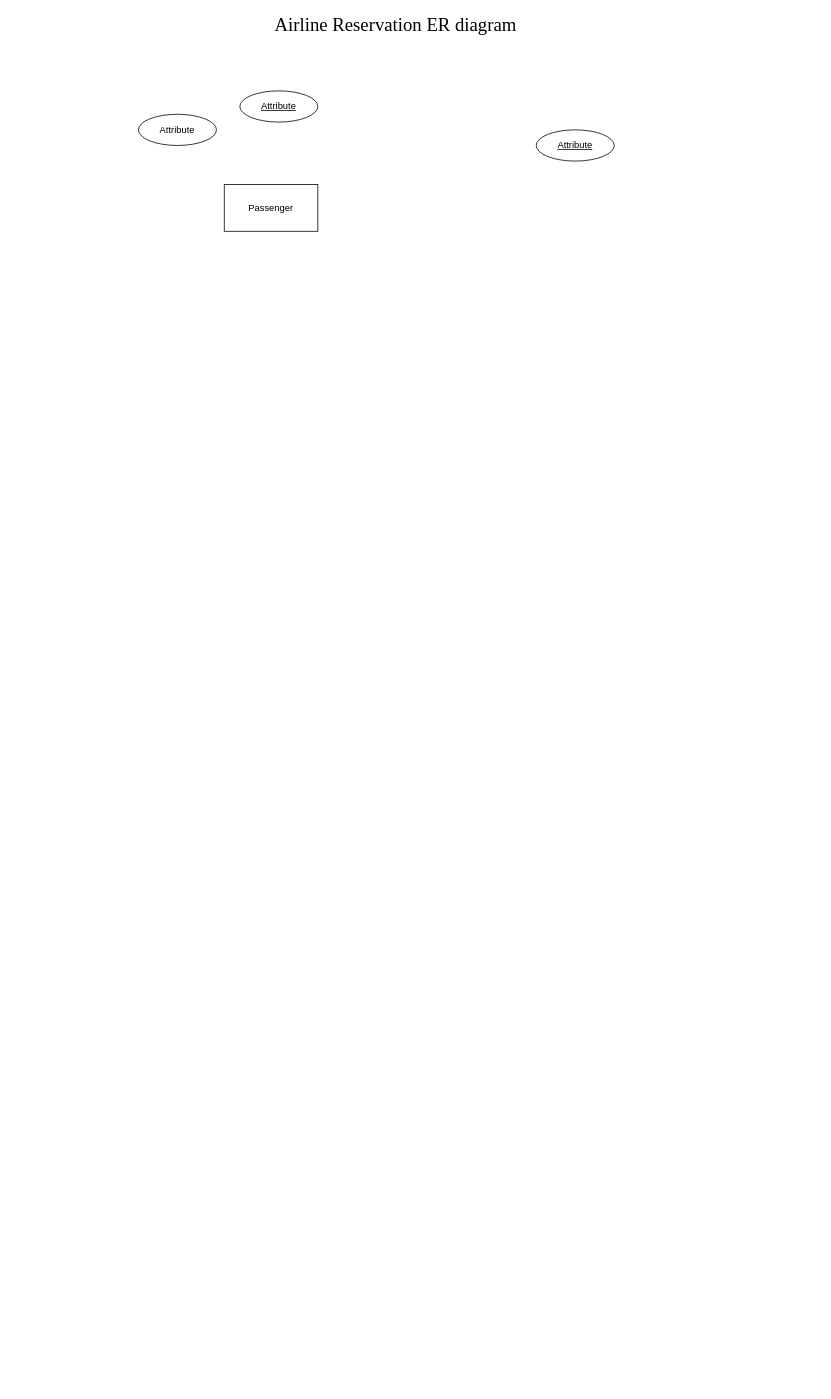
The draw.io diagram AirlineReservation.drawio in codylekha/ERdiagrams, before the edit. Source tidied: cells renumbered, new cells numbered last; positions are measured from the earlier drawing's top-left corner, leaving out a move shared by most shapes. Both pictures are drawn from the tidied source at 78%, with x=0, y=0 at pixel (138, 13).
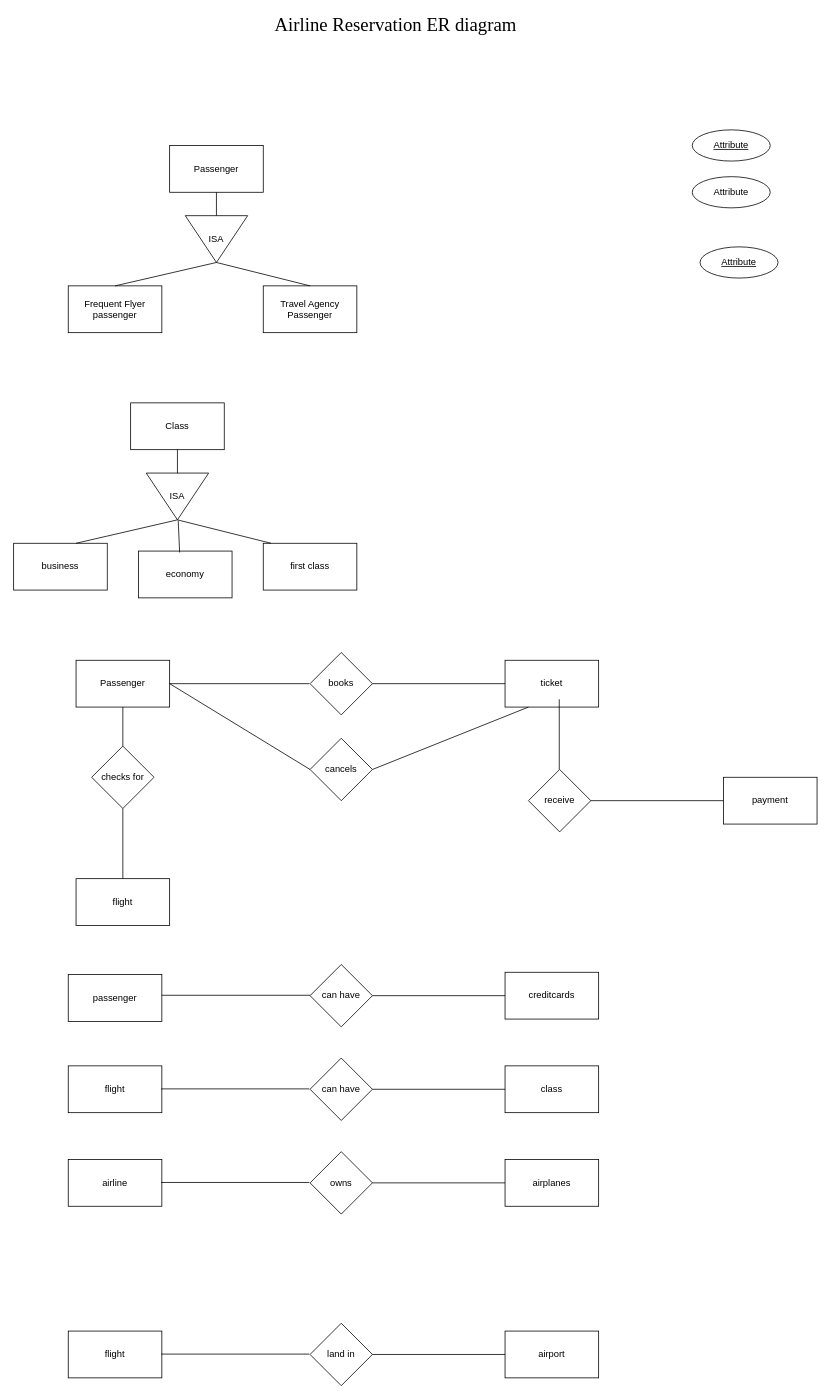
After the change.

Diff of the diagram source:
```diff
@@
     <mxCell id="3" value="Passenger" style="rounded=0;whiteSpace=wrap;html=1;" parent="1" vertex="1">
-      <mxGeometry x="110" y="219" width="120" height="60" as="geometry" />
+      <mxGeometry x="40" y="169" width="120" height="60" as="geometry" />
     </mxCell>
     <mxCell id="4" value="Attribute" style="ellipse;whiteSpace=wrap;html=1;align=center;fontStyle=4;" parent="1" vertex="1">
-      <mxGeometry x="510" y="149" width="100" height="40" as="geometry" />
+      <mxGeometry x="710" y="149" width="100" height="40" as="geometry" />
     </mxCell>
     <mxCell id="5" value="Attribute" style="ellipse;whiteSpace=wrap;html=1;align=center;" parent="1" vertex="1">
-      <mxGeometry y="129" width="100" height="40" as="geometry" />
+      <mxGeometry x="710" y="209" width="100" height="40" as="geometry" />
     </mxCell>
     <mxCell id="6" value="Attribute" style="ellipse;whiteSpace=wrap;html=1;align=center;fontStyle=4;" parent="1" vertex="1">
-      <mxGeometry x="130" y="99" width="100" height="40" as="geometry" />
+      <mxGeometry x="720" y="299" width="100" height="40" as="geometry" />
     </mxCell>
+    <mxCell id="7" value="Frequent Flyer passenger" style="rounded=0;whiteSpace=wrap;html=1;" parent="1" vertex="1">
+      <mxGeometry x="-90" y="349" width="120" height="60" as="geometry" />
+    </mxCell>
+    <mxCell id="8" value="Travel Agency Passenger" style="rounded=0;whiteSpace=wrap;html=1;" parent="1" vertex="1">
+      <mxGeometry x="160" y="349" width="120" height="60" as="geometry" />
+    </mxCell>
+    <mxCell id="9" value="ISA" style="triangle;whiteSpace=wrap;html=1;direction=south;" parent="1" vertex="1">
+      <mxGeometry x="60" y="259" width="80" height="60" as="geometry" />
+    </mxCell>
+    <mxCell id="10" style="endArrow=none;html=1;rounded=0;entryX=0.5;entryY=1;entryDx=0;entryDy=0;" parent="1" edge="1" source="9" target="3">
+      <mxGeometry relative="1" as="geometry" />
+    </mxCell>
+    <mxCell id="11" style="endArrow=none;html=1;rounded=0;entryX=1;entryY=0.5;entryDx=0;entryDy=0;" parent="1" edge="1" target="9">
+      <mxGeometry relative="1" as="geometry">
+        <mxPoint x="220" y="349" as="sourcePoint" />
+      </mxGeometry>
+    </mxCell>
+    <mxCell id="12" style="endArrow=none;html=1;rounded=0;entryX=1;entryY=0.5;entryDx=0;entryDy=0;" parent="1" edge="1" target="9">
+      <mxGeometry relative="1" as="geometry">
+        <mxPoint x="-30" y="349" as="sourcePoint" />
+      </mxGeometry>
+    </mxCell>
+    <mxCell id="13" value="business" style="rounded=0;whiteSpace=wrap;html=1;" parent="1" vertex="1">
+      <mxGeometry x="-160" y="679" width="120" height="60" as="geometry" />
+    </mxCell>
+    <mxCell id="14" value="Passenger" style="rounded=0;whiteSpace=wrap;html=1;" parent="1" vertex="1">
+      <mxGeometry x="-80" y="829" width="120" height="60" as="geometry" />
+    </mxCell>
+    <mxCell id="15" value="Class" style="rounded=0;whiteSpace=wrap;html=1;" parent="1" vertex="1">
+      <mxGeometry x="-10" y="499" width="120" height="60" as="geometry" />
+    </mxCell>
+    <mxCell id="16" value="first class" style="rounded=0;whiteSpace=wrap;html=1;" parent="1" vertex="1">
+      <mxGeometry x="160" y="679" width="120" height="60" as="geometry" />
+    </mxCell>
+    <mxCell id="17" value="ISA" style="triangle;whiteSpace=wrap;html=1;direction=south;" parent="1" vertex="1">
+      <mxGeometry x="10" y="589" width="80" height="60" as="geometry" />
+    </mxCell>
+    <mxCell id="18" style="endArrow=none;html=1;rounded=0;entryX=0.5;entryY=1;entryDx=0;entryDy=0;" parent="1" edge="1" source="17" target="15">
+      <mxGeometry relative="1" as="geometry" />
+    </mxCell>
+    <mxCell id="19" style="endArrow=none;html=1;rounded=0;entryX=1;entryY=0.5;entryDx=0;entryDy=0;" parent="1" edge="1" target="17">
+      <mxGeometry relative="1" as="geometry">
+        <mxPoint x="170" y="679" as="sourcePoint" />
+      </mxGeometry>
+    </mxCell>
+    <mxCell id="20" style="endArrow=none;html=1;rounded=0;entryX=1;entryY=0.5;entryDx=0;entryDy=0;" parent="1" edge="1" target="17">
+      <mxGeometry relative="1" as="geometry">
+        <mxPoint x="-80" y="679" as="sourcePoint" />
+      </mxGeometry>
+    </mxCell>
+    <mxCell id="21" value="economy" style="rounded=0;whiteSpace=wrap;html=1;" parent="1" vertex="1">
+      <mxGeometry y="689" width="120" height="60" as="geometry" />
+    </mxCell>
+    <mxCell id="22" style="endArrow=none;html=1;rounded=0;entryX=0.5;entryY=1;entryDx=0;entryDy=0;exitX=0.44;exitY=0.03;exitDx=0;exitDy=0;exitPerimeter=0;" parent="1" edge="1" source="21">
+      <mxGeometry relative="1" as="geometry">
+        <mxPoint x="51" y="650" as="targetPoint" />
+      </mxGeometry>
+    </mxCell>
+    <mxCell id="23" value="ticket" style="rounded=0;whiteSpace=wrap;html=1;" parent="1" vertex="1">
+      <mxGeometry x="470" y="829" width="120" height="60" as="geometry" />
+    </mxCell>
+    <mxCell id="24" value="books" style="rhombus;whiteSpace=wrap;html=1;" parent="1" vertex="1">
+      <mxGeometry x="220" y="819" width="80" height="80" as="geometry" />
+    </mxCell>
+    <mxCell id="25" value="cancels" style="rhombus;whiteSpace=wrap;html=1;" parent="1" vertex="1">
+      <mxGeometry x="220" y="929" width="80" height="80" as="geometry" />
+    </mxCell>
+    <mxCell id="26" value="checks for" style="rhombus;whiteSpace=wrap;html=1;" parent="1" vertex="1">
+      <mxGeometry x="-60" y="939" width="80" height="80" as="geometry" />
+    </mxCell>
+    <mxCell id="27" style="endArrow=none;html=1;rounded=0;entryX=0;entryY=0.5;entryDx=0;entryDy=0;exitX=1;exitY=0.5;exitDx=0;exitDy=0;" parent="1" edge="1" source="24" target="23">
+      <mxGeometry relative="1" as="geometry" />
+    </mxCell>
+    <mxCell id="28" style="endArrow=none;html=1;rounded=0;entryX=0;entryY=0.5;entryDx=0;entryDy=0;exitX=1;exitY=0.5;exitDx=0;exitDy=0;" parent="1" edge="1" source="14">
+      <mxGeometry relative="1" as="geometry">
+        <mxPoint x="219" y="859" as="targetPoint" />
+      </mxGeometry>
+    </mxCell>
+    <mxCell id="29" style="endArrow=none;html=1;rounded=0;entryX=0;entryY=0.5;entryDx=0;entryDy=0;exitX=1;exitY=0.5;exitDx=0;exitDy=0;" parent="1" edge="1" source="14" target="25">
+      <mxGeometry relative="1" as="geometry" />
+    </mxCell>
+    <mxCell id="30" style="endArrow=none;html=1;rounded=0;entryX=0;entryY=0.5;entryDx=0;entryDy=0;exitX=1;exitY=0.5;exitDx=0;exitDy=0;" parent="1" edge="1" source="25">
+      <mxGeometry relative="1" as="geometry">
+        <mxPoint x="500" y="889" as="targetPoint" />
+      </mxGeometry>
+    </mxCell>
+    <mxCell id="31" style="endArrow=none;html=1;rounded=0;exitX=0.5;exitY=1;exitDx=0;exitDy=0;" parent="1" edge="1" source="14" target="26">
+      <mxGeometry relative="1" as="geometry" />
+    </mxCell>
+    <mxCell id="32" value="flight" style="rounded=0;whiteSpace=wrap;html=1;" parent="1" vertex="1">
+      <mxGeometry x="-80" y="1109" width="120" height="60" as="geometry" />
+    </mxCell>
+    <mxCell id="33" value="passenger" style="rounded=0;whiteSpace=wrap;html=1;" parent="1" vertex="1">
+      <mxGeometry x="-90" y="1232" width="120" height="60" as="geometry" />
+    </mxCell>
+    <mxCell id="34" style="endArrow=none;html=1;rounded=0;entryX=0.5;entryY=0;entryDx=0;entryDy=0;exitX=0.5;exitY=1;exitDx=0;exitDy=0;" parent="1" edge="1" source="26" target="32">
+      <mxGeometry relative="1" as="geometry" />
+    </mxCell>
+    <mxCell id="35" value="creditcards" style="rounded=0;whiteSpace=wrap;html=1;" parent="1" vertex="1">
+      <mxGeometry x="470" y="1229" width="120" height="60" as="geometry" />
+    </mxCell>
+    <mxCell id="36" value="can have" style="rhombus;whiteSpace=wrap;html=1;" parent="1" vertex="1">
+      <mxGeometry x="220" y="1219" width="80" height="80" as="geometry" />
+    </mxCell>
+    <mxCell id="37" style="endArrow=none;html=1;rounded=0;entryX=0;entryY=0.5;entryDx=0;entryDy=0;" parent="1" edge="1" target="35">
+      <mxGeometry relative="1" as="geometry">
+        <mxPoint x="300" y="1259" as="sourcePoint" />
+      </mxGeometry>
+    </mxCell>
+    <mxCell id="38" style="endArrow=none;html=1;rounded=0;" parent="1" edge="1">
+      <mxGeometry relative="1" as="geometry">
+        <mxPoint x="30" y="1258.5" as="sourcePoint" />
+        <mxPoint x="220" y="1258.5" as="targetPoint" />
+      </mxGeometry>
+    </mxCell>
+    <mxCell id="39" value="payment" style="rounded=0;whiteSpace=wrap;html=1;" parent="1" vertex="1">
+      <mxGeometry x="750" y="979" width="120" height="60" as="geometry" />
+    </mxCell>
+    <mxCell id="40" value="receive" style="rhombus;whiteSpace=wrap;html=1;" parent="1" vertex="1">
+      <mxGeometry x="500" y="969" width="80" height="80" as="geometry" />
+    </mxCell>
+    <mxCell id="41" style="endArrow=none;html=1;rounded=0;entryX=0;entryY=0.5;entryDx=0;entryDy=0;" parent="1" edge="1" target="39">
+      <mxGeometry relative="1" as="geometry">
+        <mxPoint x="580" y="1009" as="sourcePoint" />
+      </mxGeometry>
+    </mxCell>
+    <mxCell id="42" style="endArrow=none;html=1;rounded=0;entryX=0.5;entryY=0;entryDx=0;entryDy=0;exitX=0.5;exitY=1;exitDx=0;exitDy=0;" parent="1" edge="1">
+      <mxGeometry relative="1" as="geometry">
+        <mxPoint x="539.5" y="879" as="sourcePoint" />
+        <mxPoint x="539.5" y="969" as="targetPoint" />
+      </mxGeometry>
+    </mxCell>
+    <mxCell id="43" value="flight" style="rounded=0;whiteSpace=wrap;html=1;" parent="1" vertex="1">
+      <mxGeometry x="-90" y="1349" width="120" height="60" as="geometry" />
+    </mxCell>
+    <mxCell id="44" value="class" style="rounded=0;whiteSpace=wrap;html=1;" parent="1" vertex="1">
+      <mxGeometry x="470" y="1349" width="120" height="60" as="geometry" />
+    </mxCell>
+    <mxCell id="45" value="can have" style="rhombus;whiteSpace=wrap;html=1;" parent="1" vertex="1">
+      <mxGeometry x="220" y="1339" width="80" height="80" as="geometry" />
+    </mxCell>
+    <mxCell id="46" style="endArrow=none;html=1;rounded=0;entryX=0;entryY=0.5;entryDx=0;entryDy=0;" parent="1" edge="1">
+      <mxGeometry relative="1" as="geometry">
+        <mxPoint x="300" y="1379" as="sourcePoint" />
+        <mxPoint x="470" y="1379" as="targetPoint" />
+      </mxGeometry>
+    </mxCell>
+    <mxCell id="47" style="endArrow=none;html=1;rounded=0;" parent="1" edge="1">
+      <mxGeometry relative="1" as="geometry">
+        <mxPoint x="29" y="1378.5" as="sourcePoint" />
+        <mxPoint x="219" y="1378.5" as="targetPoint" />
+      </mxGeometry>
+    </mxCell>
+    <mxCell id="48" value="airline" style="rounded=0;whiteSpace=wrap;html=1;" parent="1" vertex="1">
+      <mxGeometry x="-90" y="1469" width="120" height="60" as="geometry" />
+    </mxCell>
+    <mxCell id="49" value="airplanes" style="rounded=0;whiteSpace=wrap;html=1;" parent="1" vertex="1">
+      <mxGeometry x="470" y="1469" width="120" height="60" as="geometry" />
+    </mxCell>
+    <mxCell id="50" value="owns" style="rhombus;whiteSpace=wrap;html=1;" parent="1" vertex="1">
+      <mxGeometry x="220" y="1459" width="80" height="80" as="geometry" />
+    </mxCell>
+    <mxCell id="51" style="endArrow=none;html=1;rounded=0;entryX=0;entryY=0.5;entryDx=0;entryDy=0;" parent="1" edge="1">
+      <mxGeometry relative="1" as="geometry">
+        <mxPoint x="300" y="1499" as="sourcePoint" />
+        <mxPoint x="470" y="1499" as="targetPoint" />
+      </mxGeometry>
+    </mxCell>
+    <mxCell id="52" style="endArrow=none;html=1;rounded=0;" parent="1" edge="1">
+      <mxGeometry relative="1" as="geometry">
+        <mxPoint x="29" y="1498.5" as="sourcePoint" />
+        <mxPoint x="219" y="1498.5" as="targetPoint" />
+      </mxGeometry>
+    </mxCell>
+    <mxCell id="53" value="flight" style="rounded=0;whiteSpace=wrap;html=1;" parent="1" vertex="1">
+      <mxGeometry x="-90" y="1689" width="120" height="60" as="geometry" />
+    </mxCell>
+    <mxCell id="54" value="airport" style="rounded=0;whiteSpace=wrap;html=1;" parent="1" vertex="1">
+      <mxGeometry x="470" y="1689" width="120" height="60" as="geometry" />
+    </mxCell>
+    <mxCell id="55" value="land in" style="rhombus;whiteSpace=wrap;html=1;" parent="1" vertex="1">
+      <mxGeometry x="220" y="1679" width="80" height="80" as="geometry" />
+    </mxCell>
+    <mxCell id="56" style="endArrow=none;html=1;rounded=0;entryX=0;entryY=0.5;entryDx=0;entryDy=0;" parent="1" edge="1">
+      <mxGeometry relative="1" as="geometry">
+        <mxPoint x="300" y="1719" as="sourcePoint" />
+        <mxPoint x="470" y="1719" as="targetPoint" />
+      </mxGeometry>
+    </mxCell>
+    <mxCell id="57" style="endArrow=none;html=1;rounded=0;" parent="1" edge="1">
+      <mxGeometry relative="1" as="geometry">
+        <mxPoint x="29" y="1718.5" as="sourcePoint" />
+        <mxPoint x="219" y="1718.5" as="targetPoint" />
+      </mxGeometry>
+    </mxCell>
```
